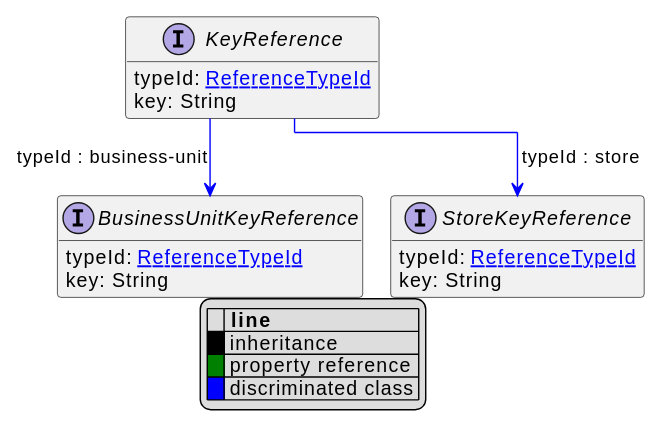
Before: uml/api/svg/KeyReference.svg, a diagram exported from PlantUML (commercetools/commercetools-api-reference).
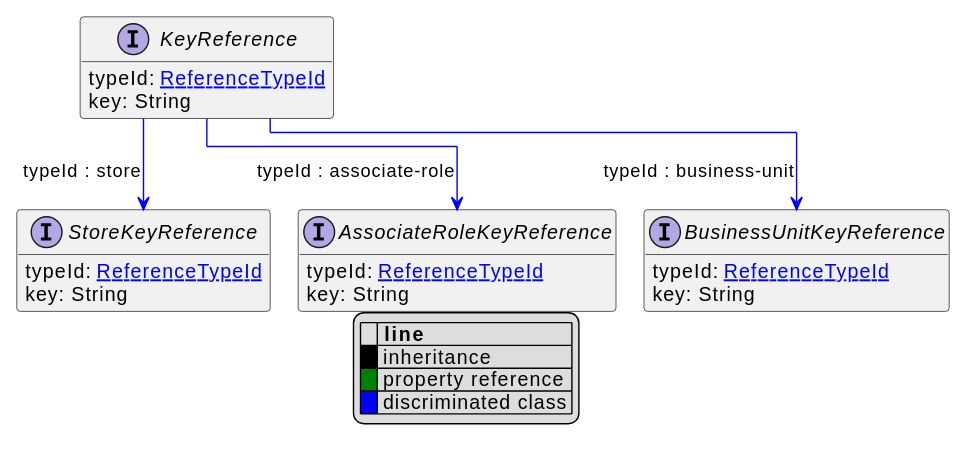
Above is the later version.

The edit, as a diff of the source:
```diff
@@ -14,6 +14,10 @@
 }
 
 
+interface AssociateRoleKeyReference [[AssociateRoleKeyReference.svg]]  {
+    typeId: [[ReferenceTypeId.svg ReferenceTypeId]]
+    key: String
+}
 interface BusinessUnitKeyReference [[BusinessUnitKeyReference.svg]]  {
     typeId: [[ReferenceTypeId.svg ReferenceTypeId]]
     key: String
@@ -23,6 +27,7 @@
     key: String
 }
 
+KeyReference --> AssociateRoleKeyReference #blue;text:blue : "typeId : associate-role"
 KeyReference --> BusinessUnitKeyReference #blue;text:blue : "typeId : business-unit"
 KeyReference --> StoreKeyReference #blue;text:blue : "typeId : store"
 
```
